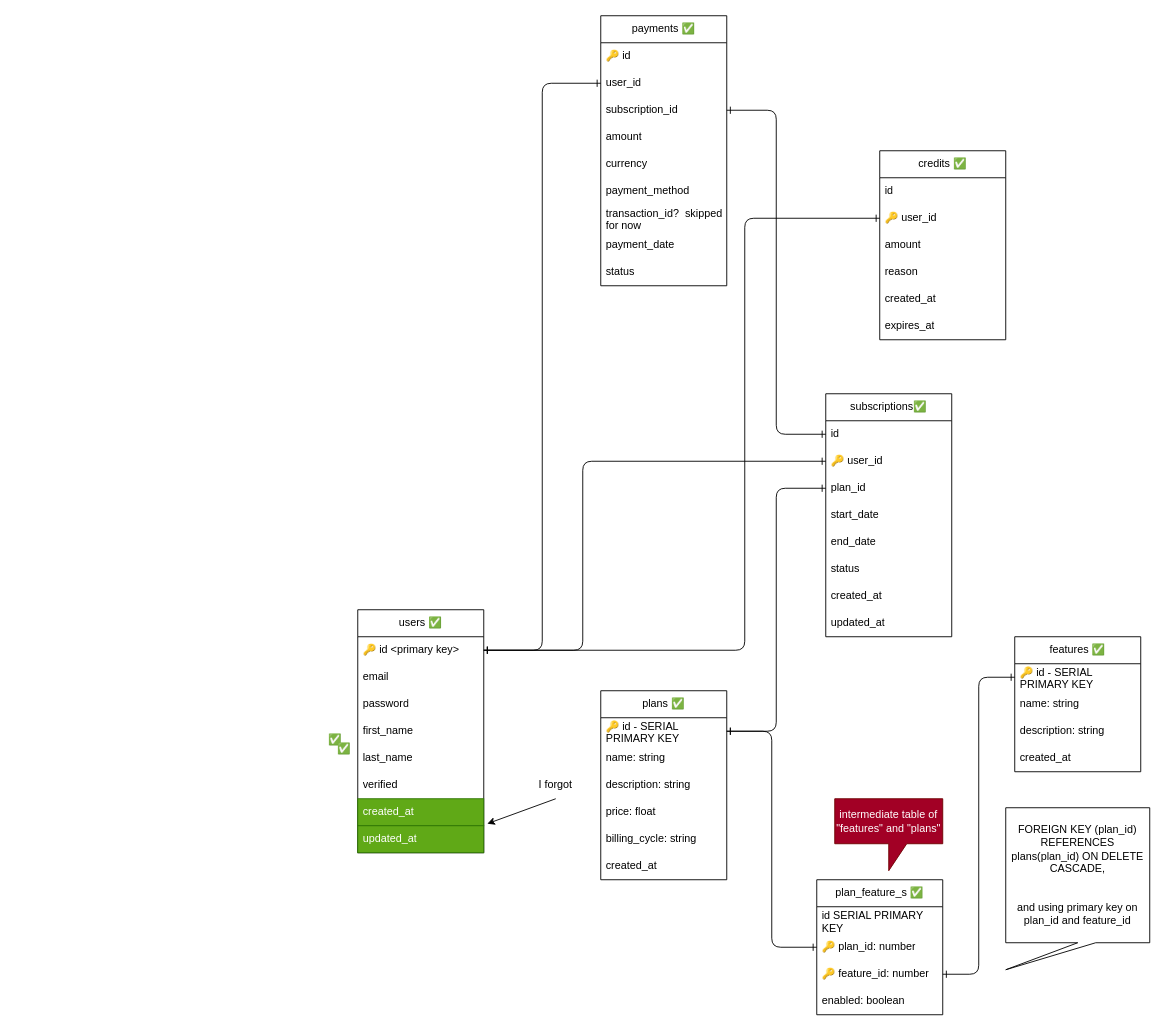
The draw.io diagram page "database design" (1 of 3) of sketch.drawio in danirisdiandita/Startup-Monorepo-Template, before the edit. Source tidied: cells renumbered, new cells numbered last; positions are measured from the earlier drawing's top-left corner, leaving out a move shared by most shapes. Both pictures are drawn from the tidied source at 90%, with x=0, y=0 at pixel (321, 15).
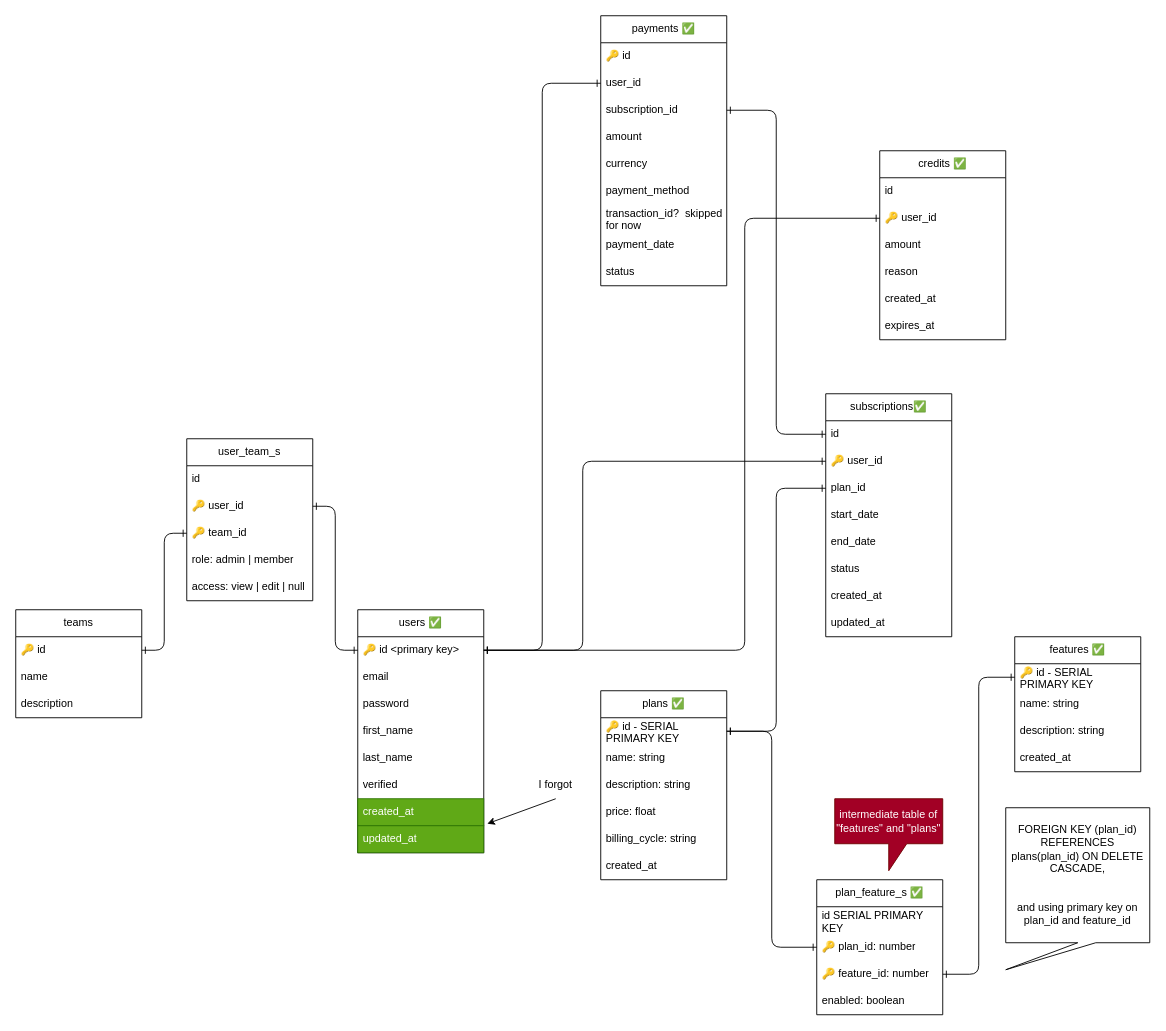
The same diagram, later.

Commit message (it also covers changes not shown here):
ongoing user_team_s

The change refers to these unchanged cells:
```xml
<mxCell id="3" value="🔑 id &amp;lt;primary key&amp;gt;" style="text;strokeColor=none;fillColor=none;align=left;verticalAlign=middle;spacingLeft=4;spacingRight=4;overflow=hidden;points=[[0,0.5],[1,0.5]];portConstraint=eastwest;whiteSpace=wrap;html=1;" parent="2" vertex="1">
  <mxGeometry y="30" width="140" height="30" as="geometry" />
</mxCell>
```

Change to the diagram source:
```diff
@@
-    <mxCell id="64" value="✅" style="text;html=1;strokeColor=none;fillColor=none;align=center;verticalAlign=middle;whiteSpace=wrap;rounded=0;" parent="1" vertex="1">
-      <mxGeometry y="790" width="30" height="30" as="geometry" />
-    </mxCell>
@@
-    <mxCell id="66" value="✅" style="text;html=1;strokeColor=none;fillColor=none;align=center;verticalAlign=middle;whiteSpace=wrap;rounded=0;" parent="1" vertex="1">
-      <mxGeometry x="10" y="800" width="30" height="30" as="geometry" />
-    </mxCell>
+    <mxCell id="67" value="teams" style="swimlane;fontStyle=0;horizontal=1;startSize=30;whiteSpace=wrap;html=1;" parent="1" vertex="1">
+      <mxGeometry x="-340" y="660" width="140" height="120" as="geometry" />
+    </mxCell>
+    <mxCell id="68" value="🔑 id" style="text;strokeColor=none;fillColor=none;align=left;verticalAlign=middle;spacingLeft=4;spacingRight=4;overflow=hidden;points=[[0,0.5],[1,0.5]];portConstraint=eastwest;whiteSpace=wrap;html=1;" parent="67" vertex="1">
+      <mxGeometry y="30" width="140" height="30" as="geometry" />
+    </mxCell>
+    <mxCell id="69" value="name" style="text;strokeColor=none;fillColor=none;align=left;verticalAlign=middle;spacingLeft=4;spacingRight=4;overflow=hidden;whiteSpace=wrap;html=1;" parent="67" vertex="1">
+      <mxGeometry y="60" width="140" height="30" as="geometry" />
+    </mxCell>
+    <mxCell id="70" value="description" style="text;strokeColor=none;fillColor=none;align=left;verticalAlign=middle;spacingLeft=4;spacingRight=4;overflow=hidden;whiteSpace=wrap;html=1;" parent="67" vertex="1">
+      <mxGeometry y="90" width="140" height="30" as="geometry" />
+    </mxCell>
+    <mxCell id="71" value="user_team_s" style="swimlane;fontStyle=0;horizontal=1;startSize=30;whiteSpace=wrap;html=1;" parent="1" vertex="1">
+      <mxGeometry x="-150" y="470" width="140" height="180" as="geometry" />
+    </mxCell>
+    <mxCell id="72" value="id" style="text;strokeColor=none;fillColor=none;align=left;verticalAlign=middle;spacingLeft=4;spacingRight=4;overflow=hidden;whiteSpace=wrap;html=1;" parent="71" vertex="1">
+      <mxGeometry y="30" width="140" height="30" as="geometry" />
+    </mxCell>
+    <mxCell id="73" value="🔑 user_id" style="text;strokeColor=none;fillColor=none;align=left;verticalAlign=middle;spacingLeft=4;spacingRight=4;overflow=hidden;points=[[0,0.5],[1,0.5]];portConstraint=eastwest;whiteSpace=wrap;html=1;" parent="71" vertex="1">
+      <mxGeometry y="60" width="140" height="30" as="geometry" />
+    </mxCell>
+    <mxCell id="74" value="🔑 team_id" style="text;strokeColor=none;fillColor=none;align=left;verticalAlign=middle;spacingLeft=4;spacingRight=4;overflow=hidden;points=[[0,0.5],[1,0.5]];portConstraint=eastwest;whiteSpace=wrap;html=1;" parent="71" vertex="1">
+      <mxGeometry y="90" width="140" height="30" as="geometry" />
+    </mxCell>
+    <mxCell id="75" value="role: admin | member" style="text;strokeColor=none;fillColor=none;align=left;verticalAlign=middle;spacingLeft=4;spacingRight=4;overflow=hidden;whiteSpace=wrap;html=1;" parent="71" vertex="1">
+      <mxGeometry y="120" width="140" height="30" as="geometry" />
+    </mxCell>
+    <mxCell id="76" value="access: view | edit | null" style="text;strokeColor=none;fillColor=none;align=left;verticalAlign=middle;spacingLeft=4;spacingRight=4;overflow=hidden;whiteSpace=wrap;html=1;" parent="71" vertex="1">
+      <mxGeometry y="150" width="140" height="30" as="geometry" />
+    </mxCell>
+    <mxCell id="77" style="edgeStyle=orthogonalEdgeStyle;html=1;exitX=1;exitY=0.5;exitDx=0;exitDy=0;entryX=0;entryY=0.5;entryDx=0;entryDy=0;startArrow=ERone;startFill=0;endArrow=ERone;endFill=0;" parent="1" edge="1" source="68" target="74">
+      <mxGeometry relative="1" as="geometry" />
+    </mxCell>
+    <mxCell id="78" style="edgeStyle=orthogonalEdgeStyle;html=1;exitX=0;exitY=0.5;exitDx=0;exitDy=0;entryX=1;entryY=0.5;entryDx=0;entryDy=0;startArrow=ERone;startFill=0;endArrow=ERone;endFill=0;" parent="1" edge="1" source="3" target="73">
+      <mxGeometry relative="1" as="geometry" />
+    </mxCell>
```
